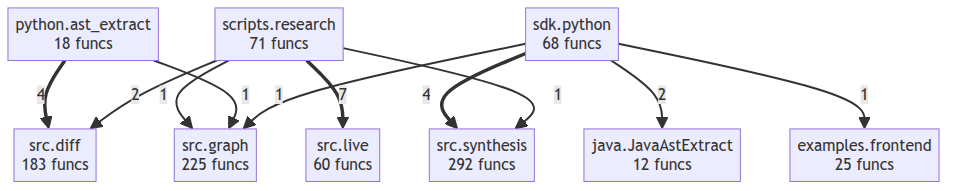
Earlier version of the Mermaid export project/compact_flow.png (autogrammar/todo2code). Its source is kept beside it as project/compact_flow.mmd.
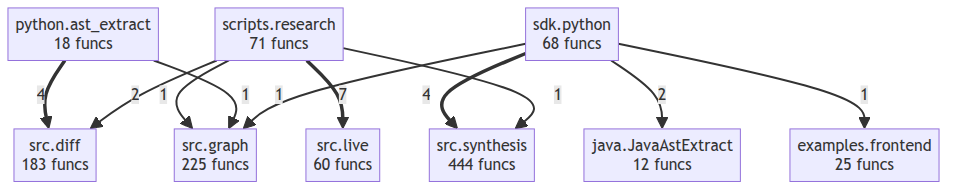
The same diagram one commit later.

The edit, as a diff of the source:
```diff
@@ -7,7 +7,7 @@
     src__diff["src.diff<br/>183 funcs"]
     src__graph["src.graph<br/>225 funcs"]
     src__live["src.live<br/>60 funcs"]
-    src__synthesis["src.synthesis<br/>292 funcs"]
+    src__synthesis["src.synthesis<br/>444 funcs"]
     scripts__research ==>|7| src__live
     python__ast_extract ==>|4| src__diff
     sdk__python ==>|4| src__synthesis
```
